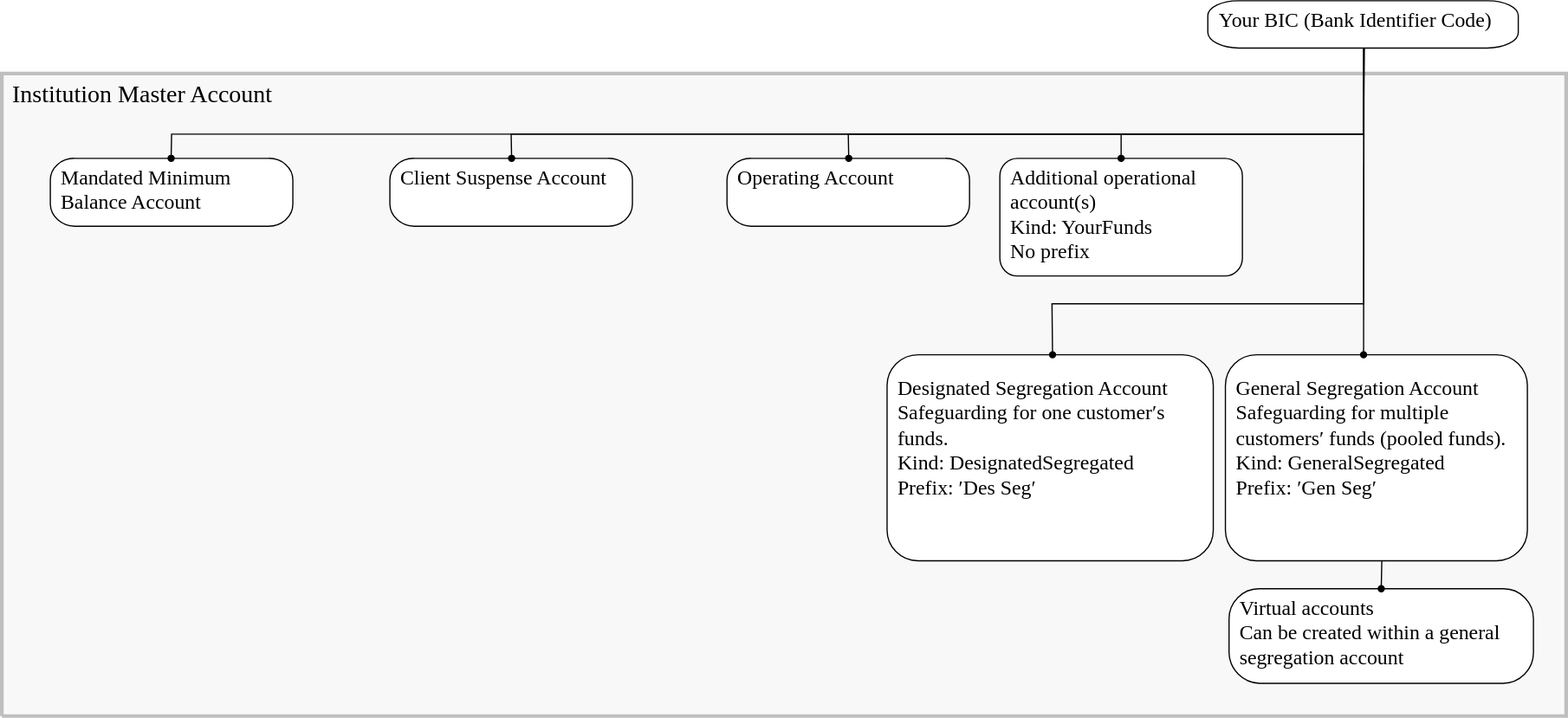
Earlier version of the draw.io export static/assets/images/accounts-eu-usage.svg (clearbank/clearbank.github.io). Source tidied: cells renumbered, new cells last; positions are measured from the earlier drawing's top-left corner, leaving out a move shared by most shapes.
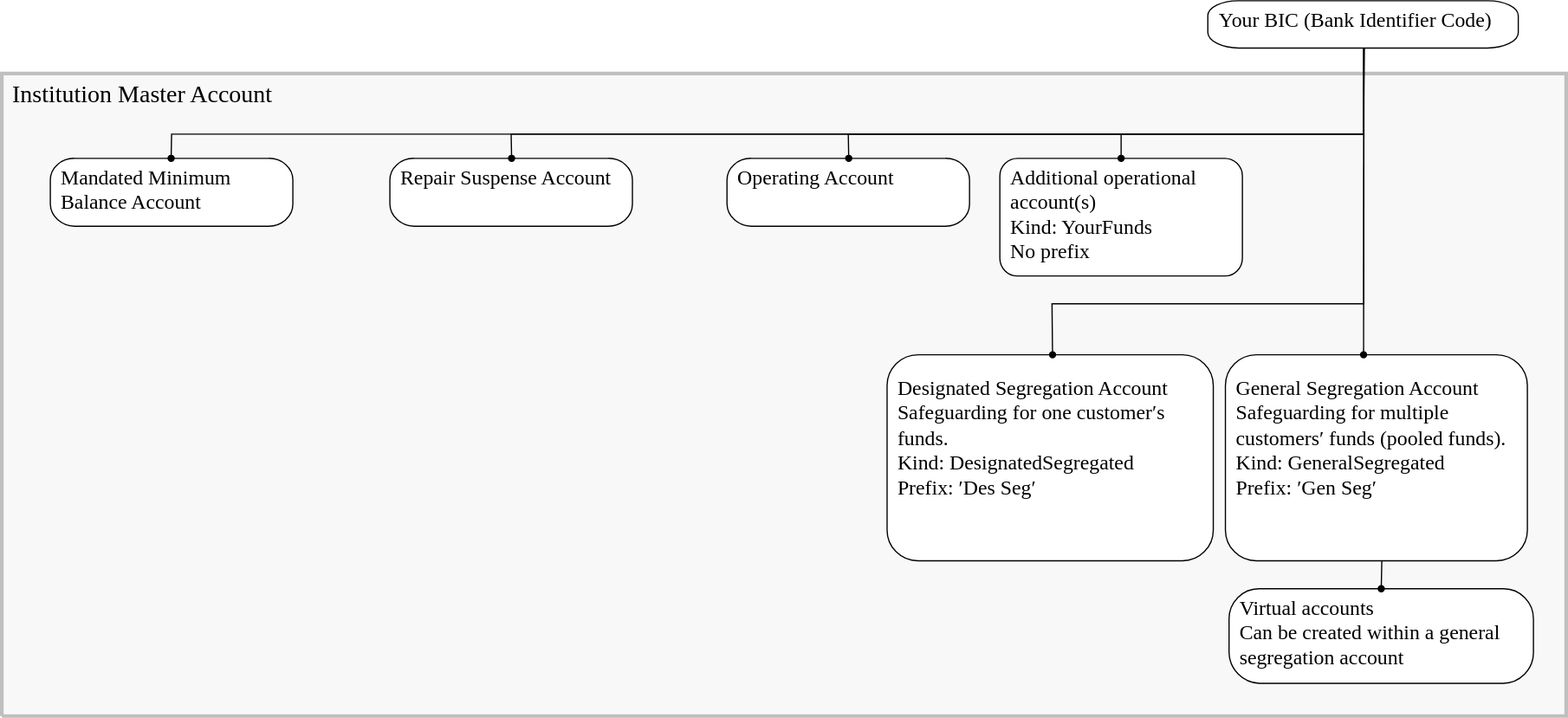
After the change.

Change to the diagram source:
```diff
@@ -8,7 +8,7 @@
     <mxCell id="3" value="&lt;div style=&quot;font-size: 17px;&quot;&gt;&lt;p style=&quot;margin: 0px; text-indent: 0px; direction: ltr; font-size: 17px;&quot;&gt;&lt;font style=&quot;font-size: 17px; color: rgb(0, 0, 0); direction: ltr; letter-spacing: 0px; line-height: 120%; opacity: 1;&quot;&gt;&lt;span style=&quot;font-size: 17px;&quot;&gt;&lt;font face=&quot;Clear Sans Display&quot; style=&quot;font-size: 17px;&quot;&gt;Mandated Minimum Balance Account&lt;/font&gt;&lt;br style=&quot;font-size: 17px;&quot;&gt;&lt;/span&gt;&lt;/font&gt;&lt;/p&gt;&lt;/div&gt;" style="verticalAlign=top;align=left;vsdxID=1;fillColor=#ffffff;gradientColor=none;shape=(stored shape, 328 characters);strokeColor=#000000;points=[[1,0.5,0],[0.5,0.5,0],[0.5,0,0],[0.03,0.1,0],[0.97,0.1,0],[0.03,0.9,0],[0.97,0.9,0]];labelBackgroundColor=none;rounded=0;html=1;whiteSpace=wrap;fontFamily=Clear Sans Text;fontStyle=0;spacingLeft=7;fontSize=17;spacingBottom=0;spacingTop=0;" parent="1" vertex="1">
       <mxGeometry x="40" y="130" width="200" height="56" as="geometry" />
     </mxCell>
-    <mxCell id="4" value="&lt;div style=&quot;font-size: 17px;&quot;&gt;&lt;p style=&quot;margin: 0px; text-indent: 0px; direction: ltr; font-size: 17px;&quot;&gt;&lt;font style=&quot;font-size: 17px; color: rgb(0, 0, 0); direction: ltr; letter-spacing: 0px; line-height: 120%; opacity: 1;&quot;&gt;&lt;font face=&quot;Clear Sans Display&quot; style=&quot;font-size: 17px;&quot;&gt;Client Suspense Account&lt;/font&gt;&lt;br style=&quot;font-size: 17px;&quot;&gt;&lt;/font&gt;&lt;/p&gt;&lt;/div&gt;" style="verticalAlign=top;align=left;vsdxID=3;fillColor=#ffffff;gradientColor=none;shape=(stored shape, 328 characters);strokeColor=#000000;points=[[1,0.5,0],[0.5,0.5,0],[0.5,0,0],[0.03,0.1,0],[0.97,0.1,0],[0.03,0.9,0],[0.97,0.9,0]];labelBackgroundColor=none;rounded=0;html=1;whiteSpace=wrap;fontFamily=Clear Sans Text;fontStyle=0;spacingLeft=7;fontSize=17;spacingBottom=0;spacingTop=0;" parent="1" vertex="1">
+    <mxCell id="4" value="&lt;div style=&quot;font-size: 17px;&quot;&gt;&lt;p style=&quot;margin: 0px; text-indent: 0px; direction: ltr; font-size: 17px;&quot;&gt;&lt;font style=&quot;font-size: 17px; color: rgb(0, 0, 0); direction: ltr; letter-spacing: 0px; line-height: 120%; opacity: 1;&quot;&gt;&lt;font face=&quot;Clear Sans Display&quot; style=&quot;font-size: 17px;&quot;&gt;Repair Suspense Account&lt;/font&gt;&lt;br style=&quot;font-size: 17px;&quot;&gt;&lt;/font&gt;&lt;/p&gt;&lt;/div&gt;" style="verticalAlign=top;align=left;vsdxID=3;fillColor=#ffffff;gradientColor=none;shape=(stored shape, 328 characters);strokeColor=#000000;points=[[1,0.5,0],[0.5,0.5,0],[0.5,0,0],[0.03,0.1,0],[0.97,0.1,0],[0.03,0.9,0],[0.97,0.9,0]];labelBackgroundColor=none;rounded=0;html=1;whiteSpace=wrap;fontFamily=Clear Sans Text;fontStyle=0;spacingLeft=7;fontSize=17;spacingBottom=0;spacingTop=0;" parent="1" vertex="1">
       <mxGeometry x="320" y="130" width="200" height="56" as="geometry" />
     </mxCell>
     <mxCell id="5" value="&lt;div style=&quot;font-size: 17px;&quot;&gt;&lt;p style=&quot;margin: 0px; text-indent: 0px; direction: ltr; font-size: 17px;&quot;&gt;&lt;font style=&quot;font-size: 17px; color: rgb(0, 0, 0); direction: ltr; letter-spacing: 0px; line-height: 120%; opacity: 1;&quot;&gt;&lt;span style=&quot;font-size: 17px;&quot;&gt;&lt;font face=&quot;Clear Sans Display&quot; style=&quot;font-size: 17px;&quot;&gt;Operating Account&lt;br style=&quot;font-size: 17px;&quot;&gt;&lt;/font&gt;&lt;/span&gt;&lt;/font&gt;&lt;/p&gt;&lt;/div&gt;" style="verticalAlign=top;align=left;vsdxID=4;fillColor=#ffffff;gradientColor=none;shape=(stored shape, 328 characters);strokeColor=#000000;points=[[1,0.5,0],[0.5,0.5,0],[0.5,0,0],[0.03,0.1,0],[0.97,0.1,0],[0.03,0.9,0],[0.97,0.9,0]];labelBackgroundColor=none;rounded=0;html=1;whiteSpace=wrap;fontFamily=Clear Sans Text;fontStyle=0;spacingLeft=7;fontSize=17;spacingBottom=0;spacingTop=0;" parent="1" vertex="1">
```
